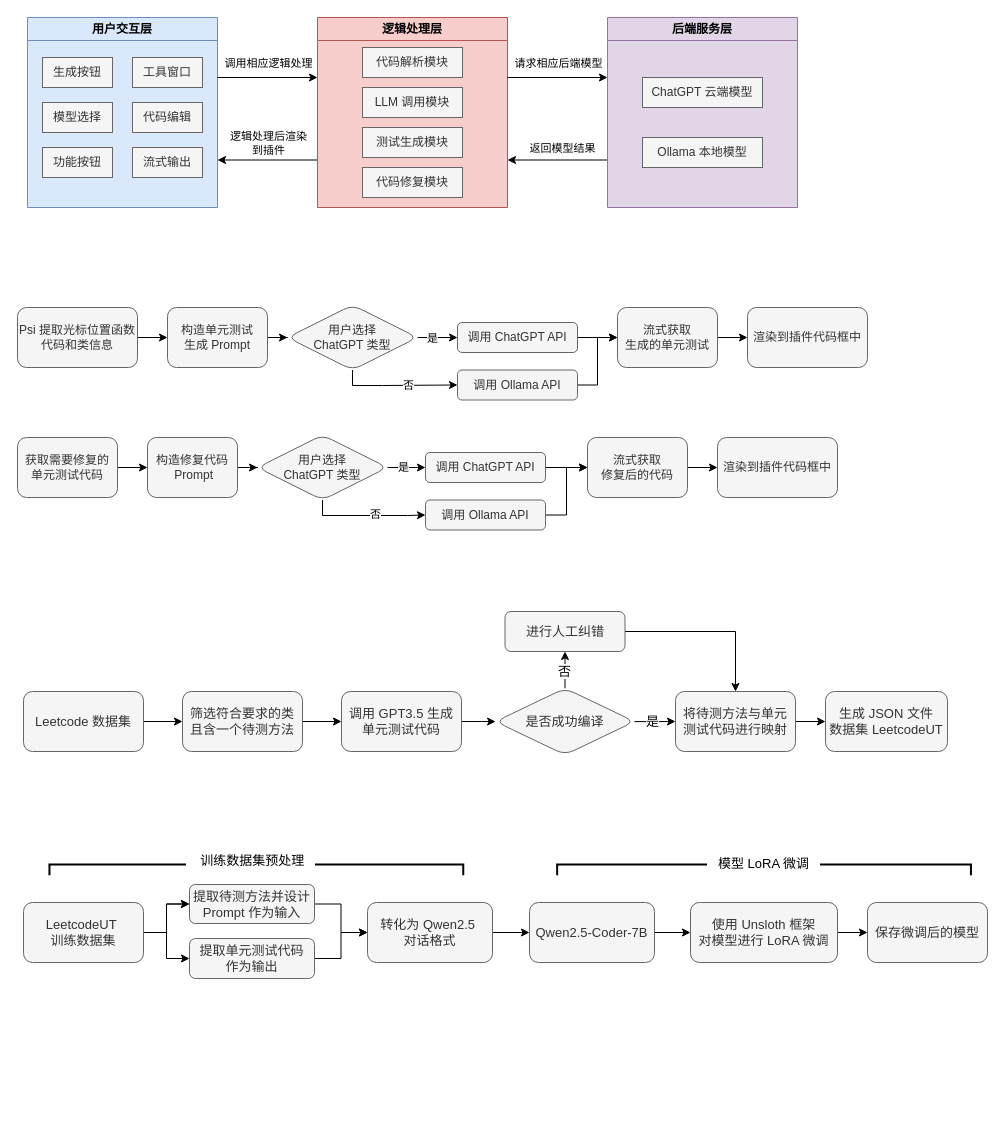
Above: 毕设/毕设.drawio in Moriic/drawio (draw.io), before the change. Source tidied: cells renumbered, new cells numbered last; positions are measured from the earlier drawing's top-left corner, leaving out a move shared by most shapes. Both pictures are drawn from the tidied source at 100%, with x=0, y=0 at pixel (17, 17).
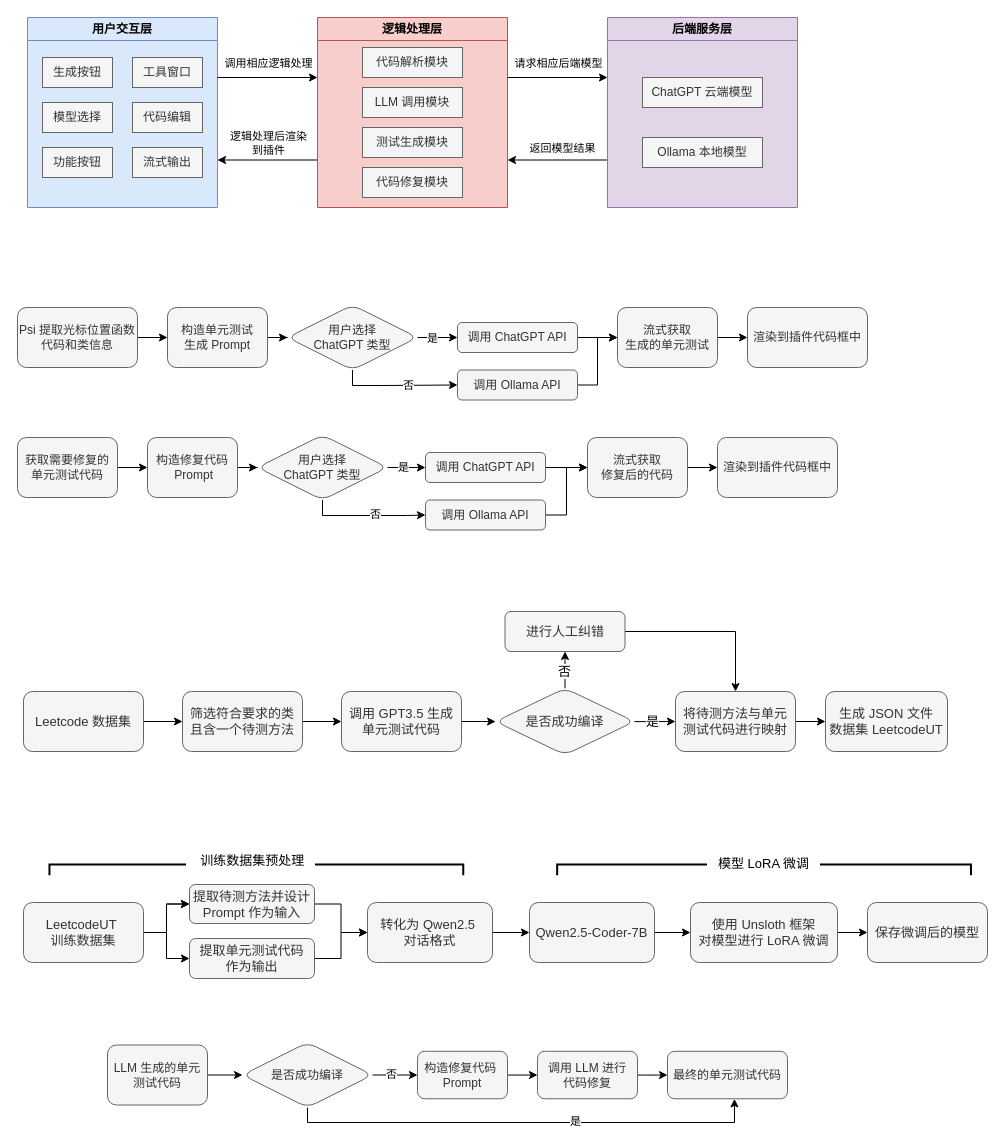
Above is the later version.

Diff of the diagram source:
```diff
@@
+    <mxCell id="97" style="group;" parent="1" vertex="1">
+      <mxGeometry x="90" y="1025" width="680" height="80" as="geometry" />
+    </mxCell>
+    <mxCell id="98" style="edgeStyle=orthogonalEdgeStyle;rounded=0;jettySize=auto;html=1;exitX=1;exitY=0.5;exitDx=0;exitDy=0;entryX=0;entryY=0.5;entryDx=0;entryDy=0;" parent="97" edge="1" source="99" target="107">
+      <mxGeometry relative="1" as="geometry" />
+    </mxCell>
+    <mxCell id="99" value="&lt;div&gt;LLM 生成的单元测试代码&lt;/div&gt;" style="rounded=1;whiteSpace=wrap;html=1;fillColor=#f5f5f5;strokeColor=#666666;fontColor=#333333;" parent="97" vertex="1">
+      <mxGeometry y="2.5" width="100" height="60" as="geometry" />
+    </mxCell>
+    <mxCell id="100" style="edgeStyle=orthogonalEdgeStyle;rounded=0;jettySize=auto;html=1;exitX=1;exitY=0.5;exitDx=0;exitDy=0;entryX=0;entryY=0.5;entryDx=0;entryDy=0;" parent="97" edge="1" source="101" target="103">
+      <mxGeometry relative="1" as="geometry" />
+    </mxCell>
+    <mxCell id="101" value="&lt;div&gt;构造修复代码&amp;nbsp;&lt;/div&gt;&lt;div&gt;Prompt&lt;/div&gt;" style="whiteSpace=wrap;html=1;rounded=1;fillColor=#f5f5f5;strokeColor=#666666;fontColor=#333333;" parent="97" vertex="1">
+      <mxGeometry x="310" y="8.8" width="90" height="47.5" as="geometry" />
+    </mxCell>
+    <mxCell id="102" style="edgeStyle=orthogonalEdgeStyle;rounded=0;jettySize=auto;html=1;exitX=1;exitY=0.5;exitDx=0;exitDy=0;" parent="97" edge="1" source="103" target="104">
+      <mxGeometry relative="1" as="geometry" />
+    </mxCell>
+    <mxCell id="103" value="&lt;div&gt;调用 LLM 进行&lt;/div&gt;&lt;div&gt;代码修复&lt;/div&gt;" style="rounded=1;whiteSpace=wrap;html=1;fillColor=#f5f5f5;strokeColor=#666666;fontColor=#333333;" parent="97" vertex="1">
+      <mxGeometry x="430" y="8.8" width="100" height="47.5" as="geometry" />
+    </mxCell>
+    <mxCell id="104" value="最终的单元测试代码" style="whiteSpace=wrap;html=1;rounded=1;fillColor=#f5f5f5;strokeColor=#666666;fontColor=#333333;" parent="97" vertex="1">
+      <mxGeometry x="560" y="8.8" width="120" height="47.5" as="geometry" />
+    </mxCell>
+    <mxCell id="105" style="edgeStyle=orthogonalEdgeStyle;rounded=0;jettySize=auto;html=1;exitX=1;exitY=0.5;exitDx=0;exitDy=0;entryX=0;entryY=0.5;entryDx=0;entryDy=0;" parent="97" edge="1" source="107" target="101">
+      <mxGeometry relative="1" as="geometry" />
+    </mxCell>
+    <mxCell id="106" value="否" style="edgeLabel;html=1;align=center;verticalAlign=middle;" parent="105" vertex="1">
+      <mxGeometry x="-0.04" y="3" relative="1" as="geometry">
+        <mxPoint x="-4" y="2" as="offset" />
+      </mxGeometry>
+    </mxCell>
+    <mxCell id="107" value="是否成功编译" style="rhombus;whiteSpace=wrap;html=1;fillColor=#f5f5f5;strokeColor=#666666;fontColor=#333333;rounded=1;" parent="97" vertex="1">
+      <mxGeometry x="135" width="130" height="65" as="geometry" />
+    </mxCell>
+    <mxCell id="108" style="edgeStyle=orthogonalEdgeStyle;rounded=0;jettySize=auto;html=1;exitX=0.5;exitY=1;exitDx=0;exitDy=0;entryX=0.558;entryY=1.002;entryDx=0;entryDy=0;entryPerimeter=0;" parent="97" edge="1" source="107" target="104">
+      <mxGeometry relative="1" as="geometry">
+        <Array as="points">
+          <mxPoint x="200" y="80" />
+          <mxPoint x="627" y="80" />
+        </Array>
+      </mxGeometry>
+    </mxCell>
+    <mxCell id="109" value="是" style="edgeLabel;html=1;align=center;verticalAlign=middle;" parent="108" vertex="1">
+      <mxGeometry x="0.21" y="2" relative="1" as="geometry" />
+    </mxCell>
```
